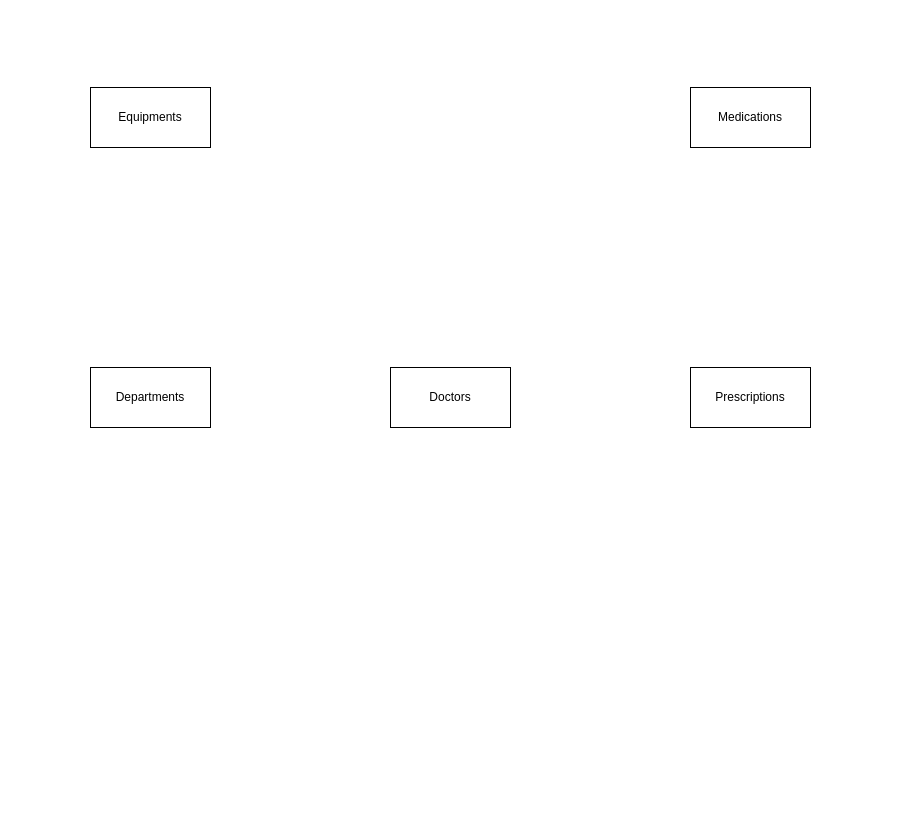
This is Untitled Diagram.drawio from honglishi/data-analyst, a draw.io file, before an edit. Source tidied: cells renumbered, new cells numbered last; positions are measured from the earlier drawing's top-left corner, leaving out a move shared by most shapes. Both pictures are drawn from the tidied source at 100%, with x=0, y=0 at pixel (90, 87).
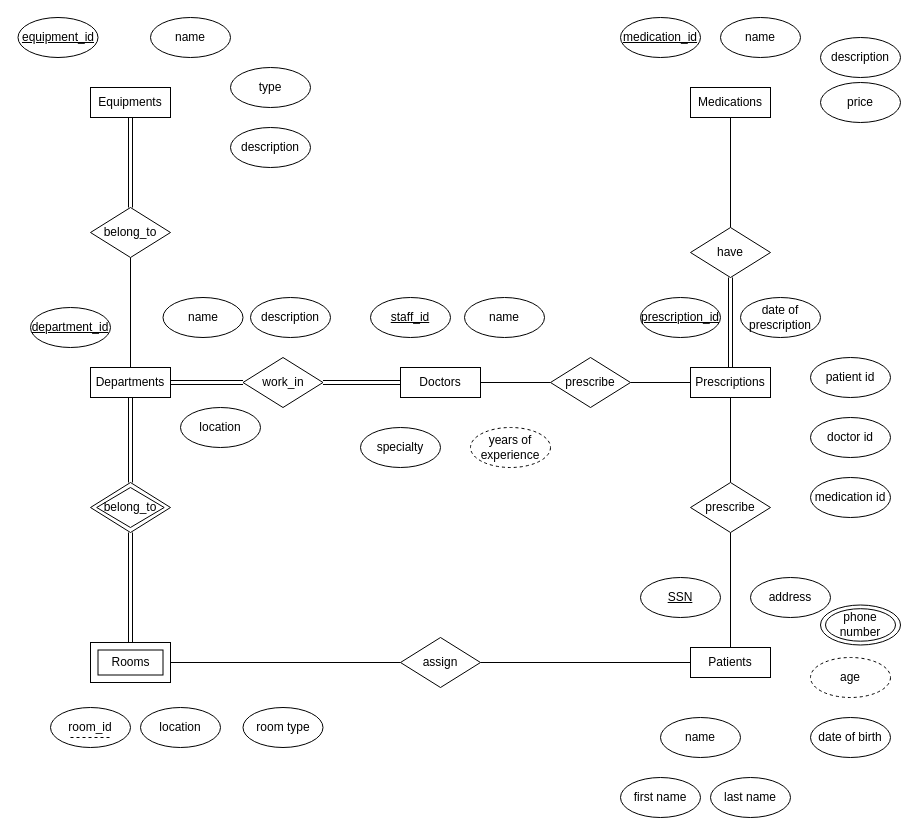
The same diagram, later.

What changed in the source:
```diff
@@
+    <mxCell id="7" style="rounded=0;jettySize=auto;html=1;exitX=1;exitY=0.5;exitDx=0;exitDy=0;entryX=0;entryY=0.5;entryDx=0;entryDy=0;curved=0;endArrow=none;endFill=0;" parent="1" edge="1" source="2" target="52">
+      <mxGeometry relative="1" as="geometry" />
+    </mxCell>
     <mxCell id="2" value="Doctors" style="rounded=0;whiteSpace=wrap;html=1;" parent="1" vertex="1">
-      <mxGeometry x="300" y="280" width="120" height="60" as="geometry" />
+      <mxGeometry x="310" y="280" width="80" height="30" as="geometry" />
     </mxCell>
+    <mxCell id="8" style="edgeStyle=orthogonalEdgeStyle;rounded=0;jettySize=auto;html=1;exitX=1;exitY=0.5;exitDx=0;exitDy=0;shape=link;entryX=0;entryY=0.5;entryDx=0;entryDy=0;" parent="1" edge="1" source="3" target="50">
+      <mxGeometry relative="1" as="geometry" />
+    </mxCell>
     <mxCell id="3" value="Departments" style="rounded=0;whiteSpace=wrap;html=1;" parent="1" vertex="1">
-      <mxGeometry y="280" width="120" height="60" as="geometry" />
+      <mxGeometry y="280" width="80" height="30" as="geometry" />
     </mxCell>
     <mxCell id="4" value="Prescriptions" style="rounded=0;whiteSpace=wrap;html=1;" parent="1" vertex="1">
-      <mxGeometry x="600" y="280" width="120" height="60" as="geometry" />
+      <mxGeometry x="600" y="280" width="80" height="30" as="geometry" />
     </mxCell>
+    <mxCell id="9" style="edgeStyle=orthogonalEdgeStyle;rounded=0;jettySize=auto;html=1;exitX=0.5;exitY=1;exitDx=0;exitDy=0;endArrow=none;endFill=0;shape=link;" parent="1" edge="1" source="5" target="48">
+      <mxGeometry relative="1" as="geometry" />
+    </mxCell>
     <mxCell id="5" value="Equipments" style="rounded=0;whiteSpace=wrap;html=1;" parent="1" vertex="1">
-      <mxGeometry width="120" height="60" as="geometry" />
+      <mxGeometry width="80" height="30" as="geometry" />
     </mxCell>
     <mxCell id="6" value="Medications" style="rounded=0;whiteSpace=wrap;html=1;" parent="1" vertex="1">
-      <mxGeometry x="600" width="120" height="60" as="geometry" />
+      <mxGeometry x="600" width="80" height="30" as="geometry" />
     </mxCell>
+    <mxCell id="10" style="rounded=0;whiteSpace=wrap;html=1;" parent="1" vertex="1">
+      <mxGeometry y="555" width="80" height="40" as="geometry" />
+    </mxCell>
+    <mxCell id="11" value="Patients" style="rounded=0;whiteSpace=wrap;html=1;" parent="1" vertex="1">
+      <mxGeometry x="600" y="560" width="80" height="30" as="geometry" />
+    </mxCell>
+    <mxCell id="12" value="Rooms" style="rounded=0;whiteSpace=wrap;html=1;" parent="1" vertex="1">
+      <mxGeometry x="7.5" y="562.5" width="65" height="25" as="geometry" />
+    </mxCell>
+    <mxCell id="13" value="&lt;u&gt;equipment_id&lt;/u&gt;" style="ellipse;whiteSpace=wrap;html=1;" parent="1" vertex="1">
+      <mxGeometry x="-72.5" y="-70" width="80" height="40" as="geometry" />
+    </mxCell>
+    <mxCell id="14" value="name" style="ellipse;whiteSpace=wrap;html=1;align=center;" parent="1" vertex="1">
+      <mxGeometry x="60" y="-70" width="80" height="40" as="geometry" />
+    </mxCell>
+    <mxCell id="15" value="type" style="ellipse;whiteSpace=wrap;html=1;align=center;" parent="1" vertex="1">
+      <mxGeometry x="140" y="-20" width="80" height="40" as="geometry" />
+    </mxCell>
+    <mxCell id="16" value="description" style="ellipse;whiteSpace=wrap;html=1;align=center;" parent="1" vertex="1">
+      <mxGeometry x="140" y="40" width="80" height="40" as="geometry" />
+    </mxCell>
+    <mxCell id="17" value="&lt;u&gt;department_id&lt;/u&gt;" style="ellipse;whiteSpace=wrap;html=1;" parent="1" vertex="1">
+      <mxGeometry x="-60" y="220" width="80" height="40" as="geometry" />
+    </mxCell>
+    <mxCell id="18" value="name" style="ellipse;whiteSpace=wrap;html=1;align=center;" parent="1" vertex="1">
+      <mxGeometry x="72.5" y="210" width="80" height="40" as="geometry" />
+    </mxCell>
+    <mxCell id="19" value="description" style="ellipse;whiteSpace=wrap;html=1;align=center;" parent="1" vertex="1">
+      <mxGeometry x="160" y="210" width="80" height="40" as="geometry" />
+    </mxCell>
+    <mxCell id="20" value="location" style="ellipse;whiteSpace=wrap;html=1;align=center;" parent="1" vertex="1">
+      <mxGeometry x="90" y="320" width="80" height="40" as="geometry" />
+    </mxCell>
+    <mxCell id="21" value="&lt;u&gt;staff_id&lt;/u&gt;" style="ellipse;whiteSpace=wrap;html=1;" parent="1" vertex="1">
+      <mxGeometry x="280" y="210" width="80" height="40" as="geometry" />
+    </mxCell>
+    <mxCell id="22" value="name" style="ellipse;whiteSpace=wrap;html=1;align=center;" parent="1" vertex="1">
+      <mxGeometry x="374" y="210" width="80" height="40" as="geometry" />
+    </mxCell>
+    <mxCell id="23" value="specialty" style="ellipse;whiteSpace=wrap;html=1;align=center;" parent="1" vertex="1">
+      <mxGeometry x="270" y="340" width="80" height="40" as="geometry" />
+    </mxCell>
+    <mxCell id="24" value="years of experience" style="ellipse;whiteSpace=wrap;html=1;align=center;dashed=1;" parent="1" vertex="1">
+      <mxGeometry x="380" y="340" width="80" height="40" as="geometry" />
+    </mxCell>
+    <mxCell id="25" value="&lt;u&gt;medication_id&lt;/u&gt;" style="ellipse;whiteSpace=wrap;html=1;" parent="1" vertex="1">
+      <mxGeometry x="530" y="-70" width="80" height="40" as="geometry" />
+    </mxCell>
+    <mxCell id="26" value="name" style="ellipse;whiteSpace=wrap;html=1;align=center;" parent="1" vertex="1">
+      <mxGeometry x="630" y="-70" width="80" height="40" as="geometry" />
+    </mxCell>
+    <mxCell id="27" value="description" style="ellipse;whiteSpace=wrap;html=1;align=center;" parent="1" vertex="1">
+      <mxGeometry x="730" y="-50" width="80" height="40" as="geometry" />
+    </mxCell>
+    <mxCell id="28" value="price" style="ellipse;whiteSpace=wrap;html=1;align=center;" parent="1" vertex="1">
+      <mxGeometry x="730" y="-5" width="80" height="40" as="geometry" />
+    </mxCell>
+    <mxCell id="29" value="&lt;u&gt;prescription_id&lt;/u&gt;" style="ellipse;whiteSpace=wrap;html=1;" parent="1" vertex="1">
+      <mxGeometry x="550" y="210" width="80" height="40" as="geometry" />
+    </mxCell>
+    <mxCell id="30" value="date of prescription" style="ellipse;whiteSpace=wrap;html=1;align=center;" parent="1" vertex="1">
+      <mxGeometry x="650" y="210" width="80" height="40" as="geometry" />
+    </mxCell>
+    <mxCell id="31" value="&lt;u&gt;SSN&lt;/u&gt;" style="ellipse;whiteSpace=wrap;html=1;" parent="1" vertex="1">
+      <mxGeometry x="550" y="490" width="80" height="40" as="geometry" />
+    </mxCell>
+    <mxCell id="32" value="patient id" style="ellipse;whiteSpace=wrap;html=1;align=center;" parent="1" vertex="1">
+      <mxGeometry x="720" y="270" width="80" height="40" as="geometry" />
+    </mxCell>
+    <mxCell id="33" value="doctor id" style="ellipse;whiteSpace=wrap;html=1;align=center;" parent="1" vertex="1">
+      <mxGeometry x="720" y="330" width="80" height="40" as="geometry" />
+    </mxCell>
+    <mxCell id="34" value="medication id" style="ellipse;whiteSpace=wrap;html=1;align=center;" parent="1" vertex="1">
+      <mxGeometry x="720" y="390" width="80" height="40" as="geometry" />
+    </mxCell>
+    <mxCell id="35" value="name" style="ellipse;whiteSpace=wrap;html=1;align=center;" parent="1" vertex="1">
+      <mxGeometry x="570" y="630" width="80" height="40" as="geometry" />
+    </mxCell>
+    <mxCell id="36" value="first name" style="ellipse;whiteSpace=wrap;html=1;align=center;" parent="1" vertex="1">
+      <mxGeometry x="530" y="690" width="80" height="40" as="geometry" />
+    </mxCell>
+    <mxCell id="37" value="last name" style="ellipse;whiteSpace=wrap;html=1;align=center;" parent="1" vertex="1">
+      <mxGeometry x="620" y="690" width="80" height="40" as="geometry" />
+    </mxCell>
+    <mxCell id="38" value="address" style="ellipse;whiteSpace=wrap;html=1;align=center;" parent="1" vertex="1">
+      <mxGeometry x="660" y="490" width="80" height="40" as="geometry" />
+    </mxCell>
+    <mxCell id="39" value="age" style="ellipse;whiteSpace=wrap;html=1;align=center;dashed=1;" parent="1" vertex="1">
+      <mxGeometry x="720" y="570" width="80" height="40" as="geometry" />
+    </mxCell>
+    <mxCell id="40" value="date of birth" style="ellipse;whiteSpace=wrap;html=1;align=center;" parent="1" vertex="1">
+      <mxGeometry x="720" y="630" width="80" height="40" as="geometry" />
+    </mxCell>
+    <mxCell id="41" style="ellipse;whiteSpace=wrap;html=1;align=center;perimeterSpacing=0;" parent="1" vertex="1">
+      <mxGeometry x="730" y="517.5" width="80" height="40" as="geometry" />
+    </mxCell>
+    <mxCell id="42" value="phone number" style="ellipse;whiteSpace=wrap;html=1;align=center;perimeterSpacing=0;" parent="1" vertex="1">
+      <mxGeometry x="735" y="521.2" width="70" height="32.5" as="geometry" />
+    </mxCell>
+    <mxCell id="43" value="location" style="ellipse;whiteSpace=wrap;html=1;align=center;" parent="1" vertex="1">
+      <mxGeometry x="50" y="620" width="80" height="40" as="geometry" />
+    </mxCell>
+    <mxCell id="44" value="room type" style="ellipse;whiteSpace=wrap;html=1;align=center;" parent="1" vertex="1">
+      <mxGeometry x="152.5" y="620" width="80" height="40" as="geometry" />
+    </mxCell>
+    <mxCell id="45" value="room_id" style="ellipse;whiteSpace=wrap;html=1;align=center;" parent="1" vertex="1">
+      <mxGeometry x="-40" y="620" width="80" height="40" as="geometry" />
+    </mxCell>
+    <mxCell id="46" style="endArrow=none;dashed=1;html=1;rounded=0;entryX=0.75;entryY=0.75;entryDx=0;entryDy=0;entryPerimeter=0;exitX=0.25;exitY=0.75;exitDx=0;exitDy=0;exitPerimeter=0;" parent="1" edge="1" source="45" target="45">
+      <mxGeometry relative="1" as="geometry" />
+    </mxCell>
+    <mxCell id="47" style="edgeStyle=orthogonalEdgeStyle;rounded=0;jettySize=auto;html=1;exitX=0.5;exitY=1;exitDx=0;exitDy=0;entryX=0.5;entryY=0;entryDx=0;entryDy=0;endArrow=none;endFill=0;" parent="1" edge="1" source="48" target="3">
+      <mxGeometry relative="1" as="geometry" />
+    </mxCell>
+    <mxCell id="48" value="belong_to" style="rhombus;whiteSpace=wrap;html=1;" parent="1" vertex="1">
+      <mxGeometry y="120" width="80" height="50" as="geometry" />
+    </mxCell>
+    <mxCell id="49" style="edgeStyle=orthogonalEdgeStyle;rounded=0;jettySize=auto;html=1;exitX=1;exitY=0.5;exitDx=0;exitDy=0;entryX=0;entryY=0.5;entryDx=0;entryDy=0;shape=link;" parent="1" edge="1" source="50" target="2">
+      <mxGeometry relative="1" as="geometry" />
+    </mxCell>
+    <mxCell id="50" value="work_in" style="rhombus;whiteSpace=wrap;html=1;" parent="1" vertex="1">
+      <mxGeometry x="152.5" y="270" width="80" height="50" as="geometry" />
+    </mxCell>
+    <mxCell id="51" style="edgeStyle=orthogonalEdgeStyle;rounded=0;jettySize=auto;html=1;exitX=1;exitY=0.5;exitDx=0;exitDy=0;entryX=0;entryY=0.5;entryDx=0;entryDy=0;endArrow=none;endFill=0;" parent="1" edge="1" source="52" target="4">
+      <mxGeometry relative="1" as="geometry" />
+    </mxCell>
+    <mxCell id="52" value="prescribe" style="rhombus;whiteSpace=wrap;html=1;" parent="1" vertex="1">
+      <mxGeometry x="460" y="270" width="80" height="50" as="geometry" />
+    </mxCell>
+    <mxCell id="53" style="edgeStyle=orthogonalEdgeStyle;rounded=0;jettySize=auto;html=1;exitX=0.5;exitY=0;exitDx=0;exitDy=0;entryX=0.5;entryY=1;entryDx=0;entryDy=0;strokeColor=default;align=center;verticalAlign=middle;fontFamily=Helvetica;fontSize=11;fontColor=default;labelBackgroundColor=default;endArrow=none;endFill=0;" parent="1" edge="1" source="55" target="6">
+      <mxGeometry relative="1" as="geometry" />
+    </mxCell>
+    <mxCell id="54" style="edgeStyle=orthogonalEdgeStyle;shape=link;rounded=0;jettySize=auto;html=1;exitX=0.5;exitY=1;exitDx=0;exitDy=0;entryX=0.5;entryY=0;entryDx=0;entryDy=0;strokeColor=default;align=center;verticalAlign=middle;fontFamily=Helvetica;fontSize=11;fontColor=default;labelBackgroundColor=default;endArrow=classic;" parent="1" edge="1" source="55" target="4">
+      <mxGeometry relative="1" as="geometry" />
+    </mxCell>
+    <mxCell id="55" value="have" style="rhombus;whiteSpace=wrap;html=1;" parent="1" vertex="1">
+      <mxGeometry x="600" y="140" width="80" height="50" as="geometry" />
+    </mxCell>
+    <mxCell id="56" style="edgeStyle=orthogonalEdgeStyle;shape=connector;rounded=0;jettySize=auto;html=1;exitX=0.5;exitY=0;exitDx=0;exitDy=0;entryX=0.5;entryY=1;entryDx=0;entryDy=0;strokeColor=default;align=center;verticalAlign=middle;fontFamily=Helvetica;fontSize=11;fontColor=default;labelBackgroundColor=default;endArrow=none;endFill=0;" parent="1" edge="1" source="58" target="4">
+      <mxGeometry relative="1" as="geometry" />
+    </mxCell>
+    <mxCell id="57" style="edgeStyle=orthogonalEdgeStyle;shape=connector;rounded=0;jettySize=auto;html=1;exitX=0.5;exitY=1;exitDx=0;exitDy=0;entryX=0.5;entryY=0;entryDx=0;entryDy=0;strokeColor=default;align=center;verticalAlign=middle;fontFamily=Helvetica;fontSize=11;fontColor=default;labelBackgroundColor=default;endArrow=none;endFill=0;" parent="1" edge="1" source="58" target="11">
+      <mxGeometry relative="1" as="geometry" />
+    </mxCell>
+    <mxCell id="58" value="prescribe" style="rhombus;whiteSpace=wrap;html=1;" parent="1" vertex="1">
+      <mxGeometry x="600" y="395" width="80" height="50" as="geometry" />
+    </mxCell>
+    <mxCell id="59" style="edgeStyle=orthogonalEdgeStyle;shape=connector;rounded=0;jettySize=auto;html=1;exitX=1;exitY=0.5;exitDx=0;exitDy=0;entryX=0;entryY=0.5;entryDx=0;entryDy=0;strokeColor=default;align=center;verticalAlign=middle;fontFamily=Helvetica;fontSize=11;fontColor=default;labelBackgroundColor=default;endArrow=none;endFill=0;" parent="1" edge="1" source="61" target="11">
+      <mxGeometry relative="1" as="geometry" />
+    </mxCell>
+    <mxCell id="60" style="edgeStyle=orthogonalEdgeStyle;shape=connector;rounded=0;jettySize=auto;html=1;exitX=0;exitY=0.5;exitDx=0;exitDy=0;strokeColor=default;align=center;verticalAlign=middle;fontFamily=Helvetica;fontSize=11;fontColor=default;labelBackgroundColor=default;endArrow=none;endFill=0;entryX=1;entryY=0.5;entryDx=0;entryDy=0;" parent="1" edge="1" source="61" target="10">
+      <mxGeometry relative="1" as="geometry" />
+    </mxCell>
+    <mxCell id="61" value="assign" style="rhombus;whiteSpace=wrap;html=1;" parent="1" vertex="1">
+      <mxGeometry x="310" y="550" width="80" height="50" as="geometry" />
+    </mxCell>
+    <mxCell id="62" style="edgeStyle=orthogonalEdgeStyle;shape=link;rounded=0;jettySize=auto;html=1;exitX=0.5;exitY=0;exitDx=0;exitDy=0;strokeColor=default;align=center;verticalAlign=middle;fontFamily=Helvetica;fontSize=11;fontColor=default;labelBackgroundColor=default;endArrow=none;endFill=0;entryX=0.5;entryY=1;entryDx=0;entryDy=0;" parent="1" edge="1" source="64" target="3">
+      <mxGeometry relative="1" as="geometry" />
+    </mxCell>
+    <mxCell id="63" style="edgeStyle=orthogonalEdgeStyle;shape=link;rounded=0;jettySize=auto;html=1;exitX=0.5;exitY=1;exitDx=0;exitDy=0;entryX=0.5;entryY=0;entryDx=0;entryDy=0;strokeColor=default;align=center;verticalAlign=middle;fontFamily=Helvetica;fontSize=11;fontColor=default;labelBackgroundColor=default;endArrow=none;endFill=0;" parent="1" edge="1" source="64" target="10">
+      <mxGeometry relative="1" as="geometry" />
+    </mxCell>
+    <mxCell id="64" style="rhombus;whiteSpace=wrap;html=1;" parent="1" vertex="1">
+      <mxGeometry y="395" width="80" height="50" as="geometry" />
+    </mxCell>
+    <mxCell id="65" value="belong_to" style="rhombus;whiteSpace=wrap;html=1;" parent="1" vertex="1">
+      <mxGeometry x="6.2" y="400" width="67.5" height="40" as="geometry" />
+    </mxCell>
```
